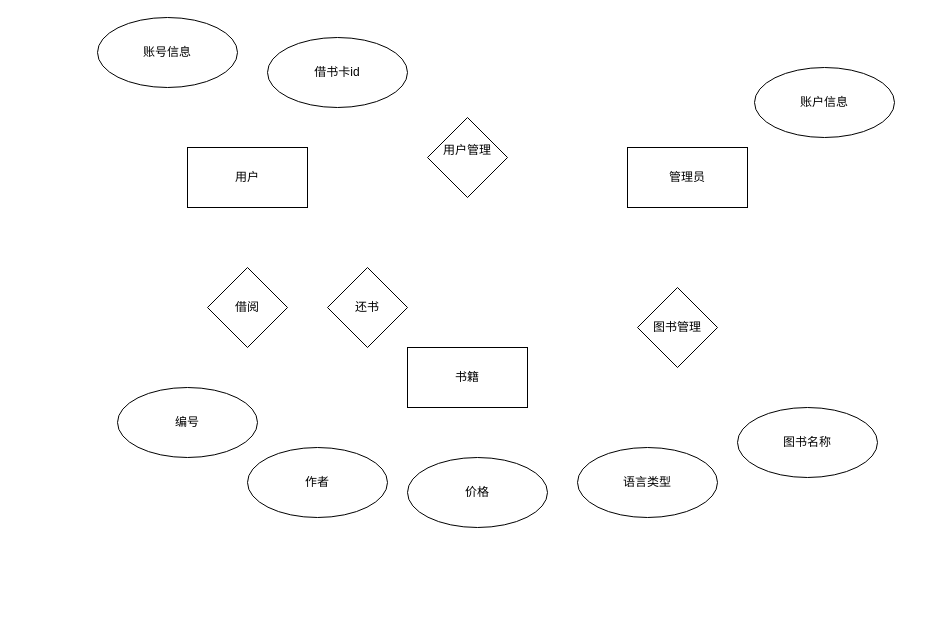
Before: E-R.drawio in hzt99/project, a draw.io diagram. Source tidied: cells renumbered, new cells numbered last; positions are measured from the earlier drawing's top-left corner, leaving out a move shared by most shapes. Both pictures are drawn from the tidied source at 100%, with x=0, y=0 at pixel (97, 17).
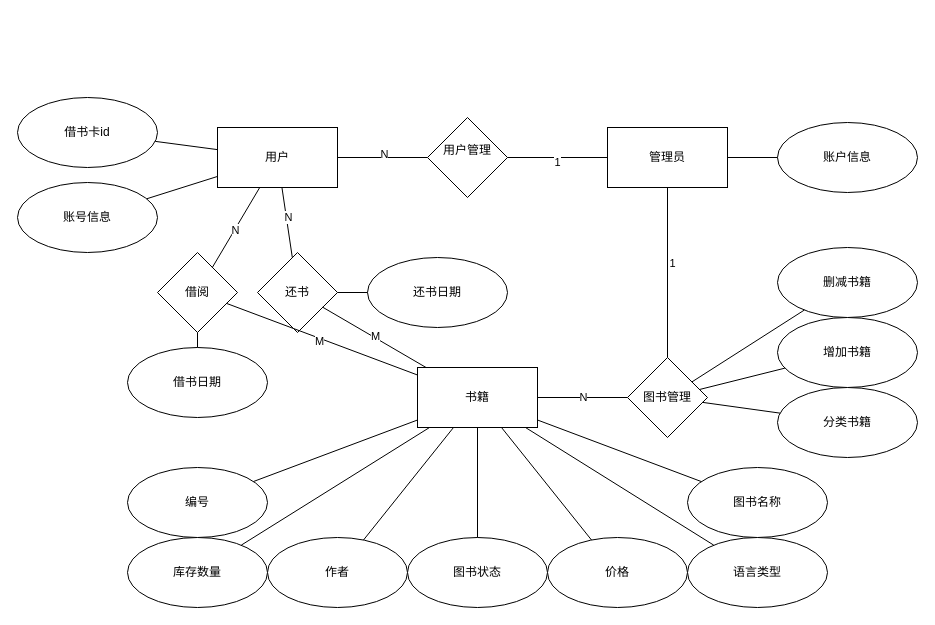
After the change.

The change refers to these unchanged cells:
```xml
<mxCell id="7" value="用户管理&lt;div&gt;&lt;br&gt;&lt;/div&gt;" style="rhombus;whiteSpace=wrap;html=1;" parent="1" vertex="1">
  <mxGeometry x="330" y="100" width="80" height="80" as="geometry" />
</mxCell>
```

What changed in the source:
```diff
@@
     <mxCell id="2" value="用户" style="rounded=0;whiteSpace=wrap;html=1;" parent="1" vertex="1">
-      <mxGeometry x="90" y="130" width="120" height="60" as="geometry" />
+      <mxGeometry x="120" y="110" width="120" height="60" as="geometry" />
     </mxCell>
     <mxCell id="3" value="管理员" style="rounded=0;whiteSpace=wrap;html=1;" parent="1" vertex="1">
-      <mxGeometry x="530" y="130" width="120" height="60" as="geometry" />
+      <mxGeometry x="510" y="110" width="120" height="60" as="geometry" />
     </mxCell>
     <mxCell id="4" value="书籍" style="rounded=0;whiteSpace=wrap;html=1;" parent="1" vertex="1">
-      <mxGeometry x="310" y="330" width="120" height="60" as="geometry" />
+      <mxGeometry x="320" y="350" width="120" height="60" as="geometry" />
     </mxCell>
     <mxCell id="5" value="账号信息" style="ellipse;whiteSpace=wrap;html=1;" parent="1" vertex="1">
-      <mxGeometry width="140" height="70" as="geometry" />
+      <mxGeometry x="-80" y="165" width="140" height="70" as="geometry" />
     </mxCell>
     <mxCell id="6" value="借阅" style="rhombus;whiteSpace=wrap;html=1;" parent="1" vertex="1">
-      <mxGeometry x="110" y="250" width="80" height="80" as="geometry" />
+      <mxGeometry x="60" y="235" width="80" height="80" as="geometry" />
     </mxCell>
@@
     <mxCell id="8" value="图书管理" style="rhombus;whiteSpace=wrap;html=1;" parent="1" vertex="1">
-      <mxGeometry x="540" y="270" width="80" height="80" as="geometry" />
+      <mxGeometry x="530" y="340" width="80" height="80" as="geometry" />
     </mxCell>
     <mxCell id="9" value="作者" style="ellipse;whiteSpace=wrap;html=1;" parent="1" vertex="1">
-      <mxGeometry x="150" y="430" width="140" height="70" as="geometry" />
+      <mxGeometry x="170" y="520" width="140" height="70" as="geometry" />
     </mxCell>
     <mxCell id="10" value="价格" style="ellipse;whiteSpace=wrap;html=1;" parent="1" vertex="1">
-      <mxGeometry x="310" y="440" width="140" height="70" as="geometry" />
+      <mxGeometry x="450" y="520" width="140" height="70" as="geometry" />
     </mxCell>
     <mxCell id="11" value="借书卡id" style="ellipse;whiteSpace=wrap;html=1;" parent="1" vertex="1">
-      <mxGeometry x="170" y="20" width="140" height="70" as="geometry" />
+      <mxGeometry x="-80" y="80" width="140" height="70" as="geometry" />
     </mxCell>
     <mxCell id="12" value="语言类型" style="ellipse;whiteSpace=wrap;html=1;" parent="1" vertex="1">
-      <mxGeometry x="480" y="430" width="140" height="70" as="geometry" />
+      <mxGeometry x="590" y="520" width="140" height="70" as="geometry" />
     </mxCell>
     <mxCell id="13" value="编号" style="ellipse;whiteSpace=wrap;html=1;" parent="1" vertex="1">
-      <mxGeometry x="20" y="370" width="140" height="70" as="geometry" />
+      <mxGeometry x="30" y="450" width="140" height="70" as="geometry" />
     </mxCell>
     <mxCell id="14" value="图书名称" style="ellipse;whiteSpace=wrap;html=1;" parent="1" vertex="1">
-      <mxGeometry x="640" y="390" width="140" height="70" as="geometry" />
+      <mxGeometry x="590" y="450" width="140" height="70" as="geometry" />
     </mxCell>
     <mxCell id="15" value="账户信息" style="ellipse;whiteSpace=wrap;html=1;" parent="1" vertex="1">
-      <mxGeometry x="657" y="50" width="140" height="70" as="geometry" />
+      <mxGeometry x="680" y="105" width="140" height="70" as="geometry" />
     </mxCell>
     <mxCell id="16" value="还书" style="rhombus;whiteSpace=wrap;html=1;" parent="1" vertex="1">
-      <mxGeometry x="230" y="250" width="80" height="80" as="geometry" />
+      <mxGeometry x="160" y="235" width="80" height="80" as="geometry" />
     </mxCell>
+    <mxCell id="17" value="库存数量" style="ellipse;whiteSpace=wrap;html=1;" parent="1" vertex="1">
+      <mxGeometry x="30" y="520" width="140" height="70" as="geometry" />
+    </mxCell>
+    <mxCell id="18" value="图书状态" style="ellipse;whiteSpace=wrap;html=1;" parent="1" vertex="1">
+      <mxGeometry x="310" y="520" width="140" height="70" as="geometry" />
+    </mxCell>
+    <mxCell id="19" style="endArrow=none;html=1;rounded=0;" parent="1" edge="1" source="2" target="5">
+      <mxGeometry relative="1" as="geometry" />
+    </mxCell>
+    <mxCell id="20" style="endArrow=none;html=1;rounded=0;" parent="1" edge="1" source="11" target="2">
+      <mxGeometry relative="1" as="geometry" />
+    </mxCell>
+    <mxCell id="21" style="endArrow=none;html=1;rounded=0;" parent="1" edge="1" source="7" target="2">
+      <mxGeometry relative="1" as="geometry" />
+    </mxCell>
+    <mxCell id="22" value="N" style="edgeLabel;html=1;align=center;verticalAlign=middle;" parent="21" vertex="1">
+      <mxGeometry x="-0.02" y="-4" relative="1" as="geometry" />
+    </mxCell>
+    <mxCell id="23" style="endArrow=none;html=1;rounded=0;" parent="1" edge="1" source="3" target="7">
+      <mxGeometry relative="1" as="geometry" />
+    </mxCell>
+    <mxCell id="24" value="1" style="edgeLabel;html=1;align=center;verticalAlign=middle;" parent="23" vertex="1">
+      <mxGeometry x="0.02" y="4" relative="1" as="geometry" />
+    </mxCell>
+    <mxCell id="25" style="endArrow=none;html=1;rounded=0;" parent="1" edge="1" source="15" target="3">
+      <mxGeometry relative="1" as="geometry" />
+    </mxCell>
+    <mxCell id="26" style="endArrow=none;html=1;rounded=0;" parent="1" edge="1" source="6" target="2">
+      <mxGeometry relative="1" as="geometry" />
+    </mxCell>
+    <mxCell id="27" value="N" style="edgeLabel;html=1;align=center;verticalAlign=middle;" parent="26" vertex="1">
+      <mxGeometry x="-0.05" relative="1" as="geometry" />
+    </mxCell>
+    <mxCell id="28" style="endArrow=none;html=1;rounded=0;" parent="1" edge="1" source="6" target="4">
+      <mxGeometry relative="1" as="geometry" />
+    </mxCell>
+    <mxCell id="29" value="M" style="edgeLabel;html=1;align=center;verticalAlign=middle;" parent="28" vertex="1">
+      <mxGeometry x="-0.02" y="-3" relative="1" as="geometry" />
+    </mxCell>
+    <mxCell id="30" style="endArrow=none;html=1;rounded=0;" parent="1" edge="1" source="16" target="2">
+      <mxGeometry relative="1" as="geometry" />
+    </mxCell>
+    <mxCell id="31" value="N" style="edgeLabel;html=1;align=center;verticalAlign=middle;" parent="30" vertex="1">
+      <mxGeometry x="0.16" y="-2" relative="1" as="geometry" />
+    </mxCell>
+    <mxCell id="32" style="endArrow=none;html=1;rounded=0;" parent="1" edge="1" source="4" target="16">
+      <mxGeometry relative="1" as="geometry" />
+    </mxCell>
+    <mxCell id="33" value="M" style="edgeLabel;html=1;align=center;verticalAlign=middle;" parent="32" vertex="1">
+      <mxGeometry x="0.01" y="-1" relative="1" as="geometry" />
+    </mxCell>
+    <mxCell id="34" style="endArrow=none;html=1;rounded=0;" parent="1" edge="1" source="4" target="13">
+      <mxGeometry relative="1" as="geometry" />
+    </mxCell>
+    <mxCell id="35" style="endArrow=none;html=1;rounded=0;" parent="1" edge="1" source="9" target="4">
+      <mxGeometry relative="1" as="geometry" />
+    </mxCell>
+    <mxCell id="36" style="endArrow=none;html=1;rounded=0;" parent="1" edge="1" source="10" target="4">
+      <mxGeometry relative="1" as="geometry" />
+    </mxCell>
+    <mxCell id="37" style="endArrow=none;html=1;rounded=0;" parent="1" edge="1" source="18" target="4">
+      <mxGeometry relative="1" as="geometry" />
+    </mxCell>
+    <mxCell id="38" style="endArrow=none;html=1;rounded=0;" parent="1" edge="1" source="17" target="4">
+      <mxGeometry relative="1" as="geometry" />
+    </mxCell>
+    <mxCell id="39" style="endArrow=none;html=1;rounded=0;" parent="1" edge="1" source="4" target="8">
+      <mxGeometry relative="1" as="geometry" />
+    </mxCell>
+    <mxCell id="40" value="N" style="edgeLabel;html=1;align=center;verticalAlign=middle;" parent="39" vertex="1">
+      <mxGeometry y="1" relative="1" as="geometry" />
+    </mxCell>
+    <mxCell id="41" style="endArrow=none;html=1;rounded=0;" parent="1" edge="1" source="8" target="3">
+      <mxGeometry relative="1" as="geometry" />
+    </mxCell>
+    <mxCell id="42" value="1" style="edgeLabel;html=1;align=center;verticalAlign=middle;" parent="41" vertex="1">
+      <mxGeometry x="0.12" y="-4" relative="1" as="geometry" />
+    </mxCell>
+    <mxCell id="43" style="endArrow=none;html=1;rounded=0;" parent="1" edge="1" source="14" target="4">
+      <mxGeometry relative="1" as="geometry" />
+    </mxCell>
+    <mxCell id="44" style="endArrow=none;html=1;rounded=0;" parent="1" edge="1" source="12" target="4">
+      <mxGeometry relative="1" as="geometry" />
+    </mxCell>
+    <mxCell id="45" value="增加书籍" style="ellipse;whiteSpace=wrap;html=1;" parent="1" vertex="1">
+      <mxGeometry x="680" y="300" width="140" height="70" as="geometry" />
+    </mxCell>
+    <mxCell id="46" value="分类书籍" style="ellipse;whiteSpace=wrap;html=1;" parent="1" vertex="1">
+      <mxGeometry x="680" y="370" width="140" height="70" as="geometry" />
+    </mxCell>
+    <mxCell id="47" value="删减书籍" style="ellipse;whiteSpace=wrap;html=1;" parent="1" vertex="1">
+      <mxGeometry x="680" y="230" width="140" height="70" as="geometry" />
+    </mxCell>
+    <mxCell id="48" style="endArrow=none;html=1;rounded=0;" parent="1" edge="1" source="47" target="8">
+      <mxGeometry relative="1" as="geometry" />
+    </mxCell>
+    <mxCell id="49" style="endArrow=none;html=1;rounded=0;" parent="1" edge="1" source="45" target="8">
+      <mxGeometry relative="1" as="geometry" />
+    </mxCell>
+    <mxCell id="50" style="endArrow=none;html=1;rounded=0;" parent="1" edge="1" source="46" target="8">
+      <mxGeometry relative="1" as="geometry" />
+    </mxCell>
+    <mxCell id="51" value="借书日期" style="ellipse;whiteSpace=wrap;html=1;" parent="1" vertex="1">
+      <mxGeometry x="30" y="330" width="140" height="70" as="geometry" />
+    </mxCell>
+    <mxCell id="52" value="还书日期" style="ellipse;whiteSpace=wrap;html=1;" parent="1" vertex="1">
+      <mxGeometry x="270" y="240" width="140" height="70" as="geometry" />
+    </mxCell>
+    <mxCell id="53" style="endArrow=none;html=1;rounded=0;" parent="1" edge="1" source="6" target="51">
+      <mxGeometry relative="1" as="geometry" />
+    </mxCell>
+    <mxCell id="54" style="endArrow=none;html=1;rounded=0;" parent="1" edge="1" source="52" target="16">
+      <mxGeometry relative="1" as="geometry" />
+    </mxCell>
```
